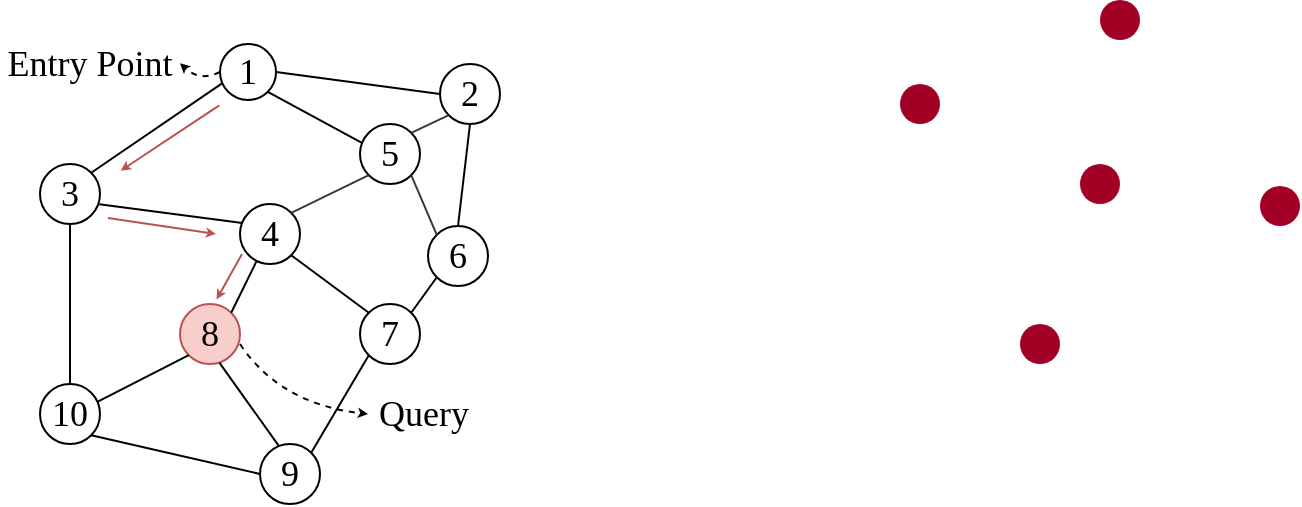
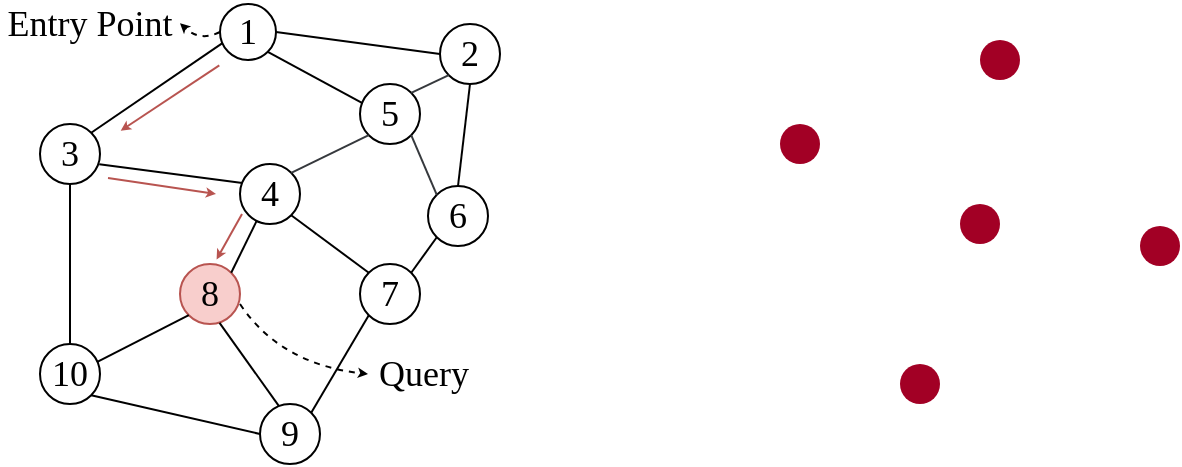
<mxfile host="app.diagrams.net">
  <diagram name="第 1 页" id="2oYXxFsCmIRv8dZfM_Zi">
    <mxGraphModel dx="955" dy="543" grid="1" gridSize="10" guides="1" tooltips="1" connect="1" arrows="1" fold="1" page="1" pageScale="1" pageWidth="827" pageHeight="1169" math="0" shadow="0">
      <root>
        <mxCell id="0" />
        <mxCell id="1" parent="0" />
        <mxCell id="aH3YtHnzuWdR1b348cVZ-1" parent="1" style="ellipse;whiteSpace=wrap;html=1;aspect=fixed;fillColor=none;fontSize=18;fontFamily=Times New Roman;" value="1" vertex="1">
          <mxGeometry height="28" width="28" x="170" y="132" as="geometry" />
        </mxCell>
        <mxCell id="aH3YtHnzuWdR1b348cVZ-2" parent="1" style="ellipse;whiteSpace=wrap;html=1;aspect=fixed;fontSize=18;fontFamily=Times New Roman;" value="2" vertex="1">
          <mxGeometry height="30" width="30" x="280" y="142" as="geometry" />
        </mxCell>
        <mxCell id="aH3YtHnzuWdR1b348cVZ-3" parent="1" style="ellipse;whiteSpace=wrap;html=1;aspect=fixed;fontSize=18;fontFamily=Times New Roman;" value="5" vertex="1">
          <mxGeometry height="30" width="30" x="240" y="172" as="geometry" />
        </mxCell>
        <mxCell id="aH3YtHnzuWdR1b348cVZ-4" parent="1" style="ellipse;whiteSpace=wrap;html=1;aspect=fixed;fontSize=18;fontFamily=Times New Roman;" value="4" vertex="1">
          <mxGeometry height="30" width="30" x="180" y="212" as="geometry" />
        </mxCell>
        <mxCell id="aH3YtHnzuWdR1b348cVZ-5" parent="1" style="ellipse;whiteSpace=wrap;html=1;aspect=fixed;fontSize=18;fontFamily=Times New Roman;" value="6" vertex="1">
          <mxGeometry height="30" width="30" x="274" y="223" as="geometry" />
        </mxCell>
        <mxCell id="aH3YtHnzuWdR1b348cVZ-6" parent="1" style="ellipse;whiteSpace=wrap;html=1;aspect=fixed;fillColor=none;fontSize=18;fontFamily=Times New Roman;" value="7" vertex="1">
          <mxGeometry height="30" width="30" x="240" y="262" as="geometry" />
        </mxCell>
        <mxCell id="aH3YtHnzuWdR1b348cVZ-7" parent="1" style="ellipse;whiteSpace=wrap;html=1;aspect=fixed;fillColor=#f8cecc;strokeColor=#b85450;fontSize=18;fontFamily=Times New Roman;" value="8" vertex="1">
          <mxGeometry height="30" width="30" x="150" y="262" as="geometry" />
        </mxCell>
        <mxCell id="aH3YtHnzuWdR1b348cVZ-8" parent="1" style="ellipse;whiteSpace=wrap;html=1;aspect=fixed;fontSize=18;fontFamily=Times New Roman;" value="9" vertex="1">
          <mxGeometry height="30" width="30" x="190" y="332" as="geometry" />
        </mxCell>
        <mxCell id="aH3YtHnzuWdR1b348cVZ-9" parent="1" style="ellipse;whiteSpace=wrap;html=1;aspect=fixed;fontSize=18;fontFamily=Times New Roman;" value="10" vertex="1">
          <mxGeometry height="30" width="30" x="80" y="302" as="geometry" />
        </mxCell>
        <mxCell id="aH3YtHnzuWdR1b348cVZ-10" parent="1" style="ellipse;whiteSpace=wrap;html=1;aspect=fixed;fillColor=none;fontSize=18;fontFamily=Times New Roman;" value="3" vertex="1">
          <mxGeometry height="30" width="30" x="80" y="192" as="geometry" />
        </mxCell>
        <mxCell id="aH3YtHnzuWdR1b348cVZ-11" edge="1" parent="1" source="aH3YtHnzuWdR1b348cVZ-1" style="endArrow=none;html=1;rounded=0;exitX=1;exitY=0.5;exitDx=0;exitDy=0;entryX=0;entryY=0.5;entryDx=0;entryDy=0;fontSize=18;fontFamily=Times New Roman;" target="aH3YtHnzuWdR1b348cVZ-2" value="">
          <mxGeometry height="50" relative="1" width="50" as="geometry">
            <mxPoint x="180" y="212" as="sourcePoint" />
            <mxPoint x="230" y="162" as="targetPoint" />
          </mxGeometry>
        </mxCell>
        <mxCell id="aH3YtHnzuWdR1b348cVZ-12" edge="1" parent="1" source="aH3YtHnzuWdR1b348cVZ-2" style="endArrow=none;html=1;rounded=0;exitX=0;exitY=1;exitDx=0;exitDy=0;entryX=1;entryY=0;entryDx=0;entryDy=0;fillColor=#cdeb8b;strokeColor=#36393d;fontSize=18;fontFamily=Times New Roman;" target="aH3YtHnzuWdR1b348cVZ-3" value="">
          <mxGeometry height="50" relative="1" width="50" as="geometry">
            <mxPoint x="260" y="152" as="sourcePoint" />
            <mxPoint x="350" y="162" as="targetPoint" />
          </mxGeometry>
        </mxCell>
        <mxCell id="aH3YtHnzuWdR1b348cVZ-13" edge="1" parent="1" source="aH3YtHnzuWdR1b348cVZ-3" style="endArrow=none;html=1;rounded=0;entryX=1;entryY=1;entryDx=0;entryDy=0;exitX=0.048;exitY=0.321;exitDx=0;exitDy=0;exitPerimeter=0;fontSize=18;fontFamily=Times New Roman;" target="aH3YtHnzuWdR1b348cVZ-1" value="">
          <mxGeometry height="50" relative="1" width="50" as="geometry">
            <mxPoint x="180" y="212" as="sourcePoint" />
            <mxPoint x="230" y="162" as="targetPoint" />
          </mxGeometry>
        </mxCell>
        <mxCell id="aH3YtHnzuWdR1b348cVZ-14" edge="1" parent="1" source="aH3YtHnzuWdR1b348cVZ-2" style="endArrow=none;html=1;rounded=0;exitX=0.5;exitY=1;exitDx=0;exitDy=0;entryX=0.5;entryY=0;entryDx=0;entryDy=0;fontSize=18;fontFamily=Times New Roman;" target="aH3YtHnzuWdR1b348cVZ-5" value="">
          <mxGeometry height="50" relative="1" width="50" as="geometry">
            <mxPoint x="296" y="172" as="sourcePoint" />
            <mxPoint x="270" y="188" as="targetPoint" />
          </mxGeometry>
        </mxCell>
        <mxCell id="aH3YtHnzuWdR1b348cVZ-15" edge="1" parent="1" source="aH3YtHnzuWdR1b348cVZ-6" style="endArrow=none;html=1;rounded=0;exitX=1;exitY=0;exitDx=0;exitDy=0;entryX=0;entryY=1;entryDx=0;entryDy=0;fontSize=18;fontFamily=Times New Roman;" target="aH3YtHnzuWdR1b348cVZ-5" value="">
          <mxGeometry height="50" relative="1" width="50" as="geometry">
            <mxPoint x="180" y="212" as="sourcePoint" />
            <mxPoint x="230" y="162" as="targetPoint" />
          </mxGeometry>
        </mxCell>
        <mxCell id="aH3YtHnzuWdR1b348cVZ-16" edge="1" parent="1" source="aH3YtHnzuWdR1b348cVZ-10" style="endArrow=none;html=1;rounded=0;exitX=1;exitY=0;exitDx=0;exitDy=0;entryX=0.043;entryY=0.699;entryDx=0;entryDy=0;entryPerimeter=0;fontSize=18;fontFamily=Times New Roman;" target="aH3YtHnzuWdR1b348cVZ-1" value="">
          <mxGeometry height="50" relative="1" width="50" as="geometry">
            <mxPoint x="160" y="272" as="sourcePoint" />
            <mxPoint x="210" y="222" as="targetPoint" />
          </mxGeometry>
        </mxCell>
        <mxCell id="aH3YtHnzuWdR1b348cVZ-17" edge="1" parent="1" source="aH3YtHnzuWdR1b348cVZ-9" style="endArrow=none;html=1;rounded=0;exitX=0.947;exitY=0.303;exitDx=0;exitDy=0;exitPerimeter=0;entryX=0;entryY=1;entryDx=0;entryDy=0;fontSize=18;fontFamily=Times New Roman;" target="aH3YtHnzuWdR1b348cVZ-7" value="">
          <mxGeometry height="50" relative="1" width="50" as="geometry">
            <mxPoint x="160" y="272" as="sourcePoint" />
            <mxPoint x="210" y="222" as="targetPoint" />
          </mxGeometry>
        </mxCell>
        <mxCell id="aH3YtHnzuWdR1b348cVZ-18" edge="1" parent="1" source="aH3YtHnzuWdR1b348cVZ-9" style="endArrow=none;html=1;rounded=0;entryX=0.5;entryY=1;entryDx=0;entryDy=0;exitX=0.5;exitY=0;exitDx=0;exitDy=0;fontSize=18;fontFamily=Times New Roman;" target="aH3YtHnzuWdR1b348cVZ-10" value="">
          <mxGeometry height="50" relative="1" width="50" as="geometry">
            <mxPoint x="160" y="272" as="sourcePoint" />
            <mxPoint x="210" y="222" as="targetPoint" />
          </mxGeometry>
        </mxCell>
        <mxCell id="aH3YtHnzuWdR1b348cVZ-19" edge="1" parent="1" source="aH3YtHnzuWdR1b348cVZ-10" style="endArrow=none;html=1;rounded=0;exitX=0.987;exitY=0.67;exitDx=0;exitDy=0;exitPerimeter=0;entryX=0.04;entryY=0.317;entryDx=0;entryDy=0;entryPerimeter=0;fontSize=18;fontFamily=Times New Roman;" target="aH3YtHnzuWdR1b348cVZ-4" value="">
          <mxGeometry height="50" relative="1" width="50" as="geometry">
            <mxPoint x="160" y="272" as="sourcePoint" />
            <mxPoint x="210" y="222" as="targetPoint" />
          </mxGeometry>
        </mxCell>
        <mxCell id="aH3YtHnzuWdR1b348cVZ-20" edge="1" parent="1" source="aH3YtHnzuWdR1b348cVZ-4" style="endArrow=none;html=1;rounded=0;entryX=0;entryY=1;entryDx=0;entryDy=0;exitX=1;exitY=0;exitDx=0;exitDy=0;fillColor=#cdeb8b;strokeColor=#36393d;fontSize=18;fontFamily=Times New Roman;" target="aH3YtHnzuWdR1b348cVZ-3" value="">
          <mxGeometry height="50" relative="1" width="50" as="geometry">
            <mxPoint x="220" y="262" as="sourcePoint" />
            <mxPoint x="270" y="212" as="targetPoint" />
          </mxGeometry>
        </mxCell>
        <mxCell id="aH3YtHnzuWdR1b348cVZ-21" edge="1" parent="1" source="aH3YtHnzuWdR1b348cVZ-7" style="endArrow=none;html=1;rounded=0;exitX=1;exitY=0;exitDx=0;exitDy=0;entryX=0.28;entryY=0.943;entryDx=0;entryDy=0;entryPerimeter=0;fontSize=18;fontFamily=Times New Roman;" target="aH3YtHnzuWdR1b348cVZ-4" value="">
          <mxGeometry height="50" relative="1" width="50" as="geometry">
            <mxPoint x="160" y="272" as="sourcePoint" />
            <mxPoint x="210" y="222" as="targetPoint" />
          </mxGeometry>
        </mxCell>
        <mxCell id="aH3YtHnzuWdR1b348cVZ-22" edge="1" parent="1" source="aH3YtHnzuWdR1b348cVZ-8" style="endArrow=none;html=1;rounded=0;exitX=0.313;exitY=0.03;exitDx=0;exitDy=0;exitPerimeter=0;entryX=0.659;entryY=0.981;entryDx=0;entryDy=0;entryPerimeter=0;fontSize=18;fontFamily=Times New Roman;" target="aH3YtHnzuWdR1b348cVZ-7" value="">
          <mxGeometry height="50" relative="1" width="50" as="geometry">
            <mxPoint x="160" y="272" as="sourcePoint" />
            <mxPoint x="210" y="222" as="targetPoint" />
          </mxGeometry>
        </mxCell>
        <mxCell id="aH3YtHnzuWdR1b348cVZ-23" edge="1" parent="1" source="aH3YtHnzuWdR1b348cVZ-8" style="endArrow=none;html=1;rounded=0;exitX=1;exitY=0;exitDx=0;exitDy=0;entryX=0;entryY=1;entryDx=0;entryDy=0;fontSize=18;fontFamily=Times New Roman;" target="aH3YtHnzuWdR1b348cVZ-6" value="">
          <mxGeometry height="50" relative="1" width="50" as="geometry">
            <mxPoint x="160" y="272" as="sourcePoint" />
            <mxPoint x="210" y="222" as="targetPoint" />
          </mxGeometry>
        </mxCell>
        <mxCell id="aH3YtHnzuWdR1b348cVZ-24" edge="1" parent="1" source="aH3YtHnzuWdR1b348cVZ-4" style="endArrow=none;html=1;rounded=0;entryX=0;entryY=0;entryDx=0;entryDy=0;exitX=1;exitY=1;exitDx=0;exitDy=0;fontSize=18;fontFamily=Times New Roman;" target="aH3YtHnzuWdR1b348cVZ-6" value="">
          <mxGeometry height="50" relative="1" width="50" as="geometry">
            <mxPoint x="160" y="272" as="sourcePoint" />
            <mxPoint x="210" y="222" as="targetPoint" />
          </mxGeometry>
        </mxCell>
        <mxCell id="aH3YtHnzuWdR1b348cVZ-25" edge="1" parent="1" source="aH3YtHnzuWdR1b348cVZ-5" style="endArrow=none;html=1;rounded=0;exitX=0;exitY=0;exitDx=0;exitDy=0;entryX=1;entryY=1;entryDx=0;entryDy=0;fillColor=#cdeb8b;strokeColor=#36393d;fontSize=18;fontFamily=Times New Roman;" target="aH3YtHnzuWdR1b348cVZ-3" value="">
          <mxGeometry height="50" relative="1" width="50" as="geometry">
            <mxPoint x="160" y="272" as="sourcePoint" />
            <mxPoint x="210" y="222" as="targetPoint" />
          </mxGeometry>
        </mxCell>
        <mxCell id="aH3YtHnzuWdR1b348cVZ-26" edge="1" parent="1" source="aH3YtHnzuWdR1b348cVZ-9" style="endArrow=none;html=1;rounded=0;exitX=1;exitY=1;exitDx=0;exitDy=0;entryX=0;entryY=0.5;entryDx=0;entryDy=0;fontSize=18;fontFamily=Times New Roman;" target="aH3YtHnzuWdR1b348cVZ-8" value="">
          <mxGeometry height="50" relative="1" width="50" as="geometry">
            <mxPoint x="160" y="272" as="sourcePoint" />
            <mxPoint x="210" y="222" as="targetPoint" />
          </mxGeometry>
        </mxCell>
        <mxCell id="aH3YtHnzuWdR1b348cVZ-27" edge="1" parent="1" source="aH3YtHnzuWdR1b348cVZ-1" style="curved=1;endArrow=classic;html=1;rounded=0;exitX=0;exitY=0.5;exitDx=0;exitDy=0;entryX=1;entryY=0.5;entryDx=0;entryDy=0;dashed=1;endSize=2;fontSize=18;fontFamily=Times New Roman;" target="aH3YtHnzuWdR1b348cVZ-34" value="">
          <mxGeometry height="50" relative="1" width="50" as="geometry">
            <Array as="points">
              <mxPoint x="160" y="151" />
            </Array>
            <mxPoint x="80" y="382" as="sourcePoint" />
            <mxPoint x="130" y="332" as="targetPoint" />
          </mxGeometry>
        </mxCell>
        <mxCell id="aH3YtHnzuWdR1b348cVZ-28" edge="1" parent="1" style="curved=1;endArrow=classic;html=1;rounded=0;entryX=0;entryY=0.5;entryDx=0;entryDy=0;endSize=2;dashed=1;fontSize=18;fontFamily=Times New Roman;" target="aH3YtHnzuWdR1b348cVZ-29" value="">
          <mxGeometry height="50" relative="1" width="50" as="geometry">
            <Array as="points">
              <mxPoint x="200" y="312" />
            </Array>
            <mxPoint x="180" y="282" as="sourcePoint" />
            <mxPoint x="250" y="232" as="targetPoint" />
          </mxGeometry>
        </mxCell>
        <mxCell id="aH3YtHnzuWdR1b348cVZ-29" parent="1" style="text;html=1;whiteSpace=wrap;strokeColor=none;fillColor=none;align=center;verticalAlign=middle;rounded=0;fontSize=18;" value="&lt;font face=&quot;Times New Roman&quot;&gt;Query&lt;/font&gt;" vertex="1">
          <mxGeometry height="30" width="56" x="244" y="302" as="geometry" />
        </mxCell>
        <mxCell id="aH3YtHnzuWdR1b348cVZ-30" edge="1" parent="1" style="endArrow=none;html=1;rounded=0;exitX=1;exitY=0;exitDx=0;exitDy=0;entryX=0.043;entryY=0.699;entryDx=0;entryDy=0;entryPerimeter=0;endFill=0;startArrow=classic;startFill=1;startSize=2;strokeColor=#b85450;fontSize=18;fontFamily=Times New Roman;fillColor=#f8cecc;" value="">
          <mxGeometry height="50" relative="1" width="50" as="geometry">
            <mxPoint x="120.35000000000002" y="195.35000000000002" as="sourcePoint" />
            <mxPoint x="169.64999999999998" y="162.64999999999998" as="targetPoint" />
          </mxGeometry>
        </mxCell>
        <mxCell id="aH3YtHnzuWdR1b348cVZ-31" edge="1" parent="1" style="endArrow=classic;html=1;rounded=0;exitX=0.987;exitY=0.67;exitDx=0;exitDy=0;exitPerimeter=0;entryX=0.04;entryY=0.317;entryDx=0;entryDy=0;entryPerimeter=0;endFill=1;endSize=2;fillColor=#f8cecc;strokeColor=#b85450;fontSize=18;fontFamily=Times New Roman;" value="">
          <mxGeometry height="50" relative="1" width="50" as="geometry">
            <mxPoint x="114" y="219" as="sourcePoint" />
            <mxPoint x="168" y="227" as="targetPoint" />
          </mxGeometry>
        </mxCell>
        <mxCell id="aH3YtHnzuWdR1b348cVZ-32" edge="1" parent="1" style="endArrow=none;html=1;rounded=0;exitX=1;exitY=0;exitDx=0;exitDy=0;entryX=0.28;entryY=0.943;entryDx=0;entryDy=0;entryPerimeter=0;startArrow=classic;startFill=1;startSize=2;strokeColor=#b85450;fontSize=18;fontFamily=Times New Roman;fillColor=#f8cecc;" value="">
          <mxGeometry height="50" relative="1" width="50" as="geometry">
            <mxPoint x="168.3" y="259.70000000000005" as="sourcePoint" />
            <mxPoint x="181" y="237" as="targetPoint" />
          </mxGeometry>
        </mxCell>
        <mxCell id="aH3YtHnzuWdR1b348cVZ-33" connectable="0" parent="1" style="group;fontSize=18;" value="" vertex="1">
          <mxGeometry height="42.5" width="90" x="60" y="130" as="geometry" />
        </mxCell>
        <mxCell id="aH3YtHnzuWdR1b348cVZ-34" parent="aH3YtHnzuWdR1b348cVZ-33" style="text;html=1;whiteSpace=wrap;strokeColor=none;fillColor=none;align=center;verticalAlign=middle;rounded=0;fontSize=18;" value="&lt;font face=&quot;Times New Roman&quot;&gt;Entry Point&lt;/font&gt;" vertex="1">
          <mxGeometry height="23.18181818181818" width="90" as="geometry" />
        </mxCell>
        <mxCell id="aH3YtHnzuWdR1b348cVZ-36" parent="1" style="ellipse;whiteSpace=wrap;html=1;aspect=fixed;fontSize=18;fontFamily=Times New Roman;fillColor=light-dark(#A20025,#990000);strokeColor=none;fontColor=#ffffff;" value="" vertex="1">
-           <mxGeometry height="20" width="20" x="510" y="152" as="geometry" />
+           <mxGeometry height="20" width="20" x="450" y="192" as="geometry" />
        </mxCell>
        <mxCell id="aH3YtHnzuWdR1b348cVZ-37" parent="1" style="ellipse;whiteSpace=wrap;html=1;aspect=fixed;fontSize=18;fontFamily=Times New Roman;fillColor=light-dark(#A20025,#990000);strokeColor=none;fontColor=#ffffff;" value="" vertex="1">
-           <mxGeometry height="20" width="20" x="570" y="272" as="geometry" />
+           <mxGeometry height="20" width="20" x="510" y="312" as="geometry" />
        </mxCell>
        <mxCell id="aH3YtHnzuWdR1b348cVZ-38" parent="1" style="ellipse;whiteSpace=wrap;html=1;aspect=fixed;fontSize=18;fontFamily=Times New Roman;fillColor=light-dark(#A20025,#990000);strokeColor=none;fontColor=#ffffff;" value="" vertex="1">
-           <mxGeometry height="20" width="20" x="610" y="110" as="geometry" />
+           <mxGeometry height="20" width="20" x="550" y="150" as="geometry" />
        </mxCell>
        <mxCell id="aH3YtHnzuWdR1b348cVZ-39" parent="1" style="ellipse;whiteSpace=wrap;html=1;aspect=fixed;fontSize=18;fontFamily=Times New Roman;fillColor=light-dark(#A20025,#990000);strokeColor=none;fontColor=#ffffff;" value="" vertex="1">
-           <mxGeometry height="20" width="20" x="600" y="192" as="geometry" />
+           <mxGeometry height="20" width="20" x="540" y="232" as="geometry" />
        </mxCell>
        <mxCell id="aH3YtHnzuWdR1b348cVZ-41" parent="1" style="ellipse;whiteSpace=wrap;html=1;aspect=fixed;fontSize=18;fontFamily=Times New Roman;fillColor=light-dark(#A20025,#990000);strokeColor=none;fontColor=#ffffff;" value="" vertex="1">
-           <mxGeometry height="20" width="20" x="690" y="203" as="geometry" />
+           <mxGeometry height="20" width="20" x="630" y="243" as="geometry" />
        </mxCell>
      </root>
    </mxGraphModel>
  </diagram>
</mxfile>
